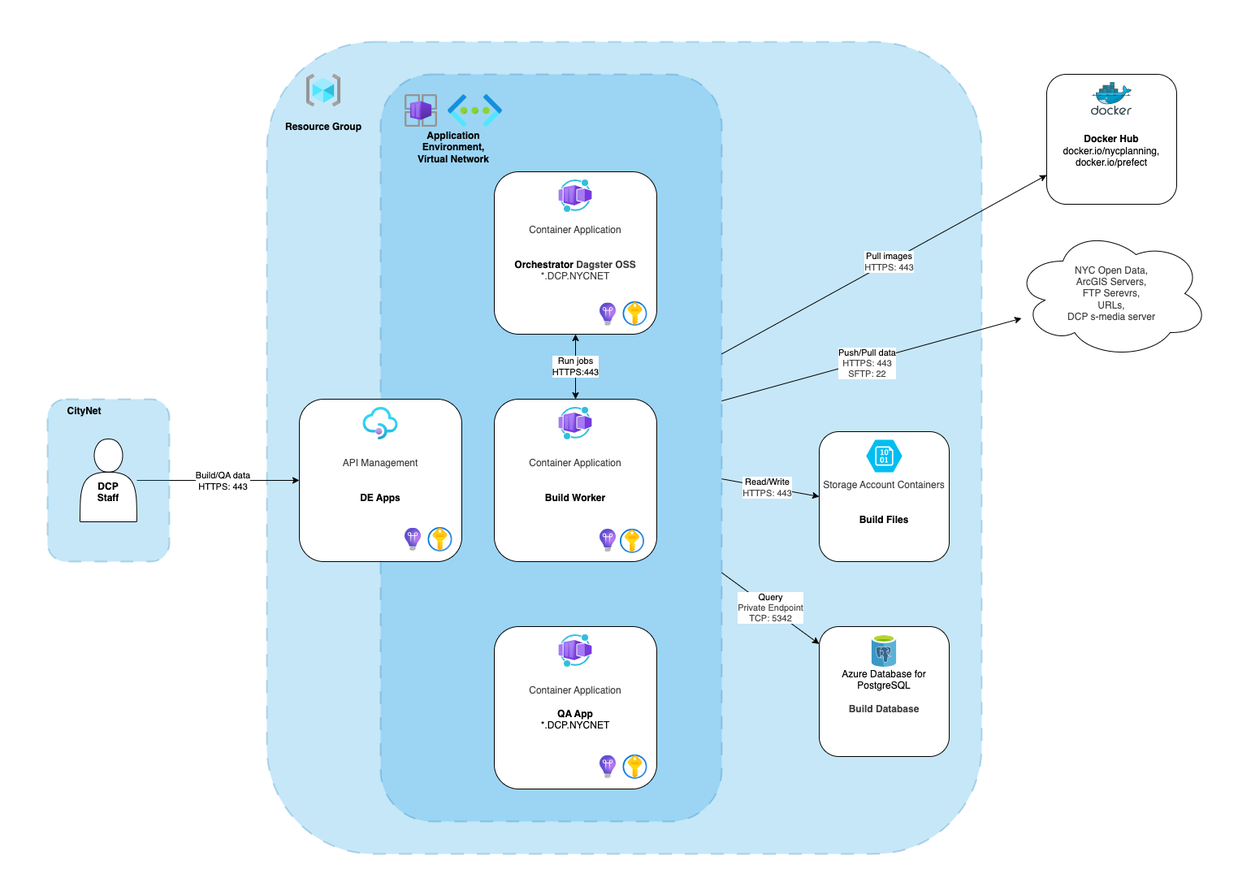
Before: docs/diagrams/azure_architecture_oti.drawio.png, a diagram exported from draw.io (NYCPlanning/data-engineering). Source tidied: cells renumbered, new cells last; positions are measured from the earlier drawing's top-left corner, leaving out a move shared by most shapes.
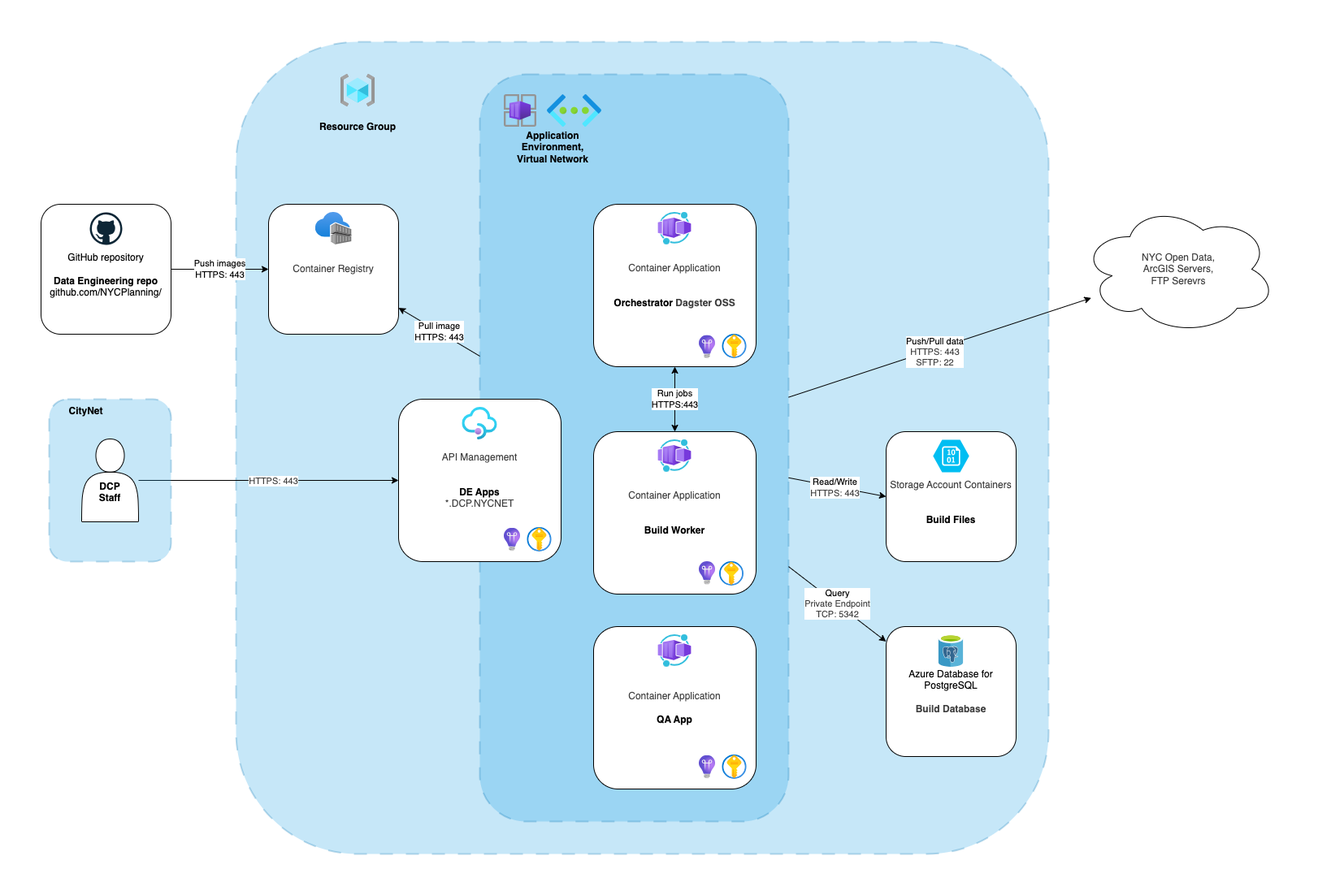
After the change.

Commit message:
update azure diagram

The edit, as a diff of the source:
```diff
@@ -3,17 +3,14 @@
     <mxCell id="0" />
     <mxCell id="1" parent="0" />
     <mxCell id="2" style="rounded=1;whiteSpace=wrap;html=1;dashed=1;glass=0;strokeWidth=2;dashPattern=8 8;fillColor=#1ba1e2;fillStyle=solid;opacity=25;fontColor=light-dark(#000000,#FFFFFF);strokeColor=#006EAF;" parent="1" vertex="1">
-      <mxGeometry x="278" width="880" height="1000" as="geometry" />
+      <mxGeometry x="158" width="1000" height="1000" as="geometry" />
     </mxCell>
     <mxCell id="3" style="rounded=1;whiteSpace=wrap;html=1;dashed=1;glass=0;strokeWidth=2;dashPattern=8 8;fillColor=#1ba1e2;fillStyle=solid;opacity=25;fontColor=light-dark(#000000,#FFFFFF);strokeColor=#006EAF;" parent="1" vertex="1">
-      <mxGeometry x="418" y="40" width="420" height="920" as="geometry" />
+      <mxGeometry x="458" y="40" width="380" height="920" as="geometry" />
     </mxCell>
     <mxCell id="4" value="Application Environment,&lt;div&gt;Virtual Network&lt;/div&gt;" style="text;html=1;align=center;verticalAlign=middle;whiteSpace=wrap;rounded=0;fontColor=light-dark(#000000,#FFFFFF);fontStyle=1;" parent="1" vertex="1">
-      <mxGeometry x="448" y="115" width="120" height="30" as="geometry" />
+      <mxGeometry x="488" y="115" width="120" height="30" as="geometry" />
     </mxCell>
-    <mxCell id="5" value="Pull images&lt;div&gt;&lt;span style=&quot;color: rgb(63, 63, 63);&quot;&gt;HTTPS: 443&lt;/span&gt;&lt;/div&gt;" style="edgeStyle=none;html=1;fontColor=light-dark(#000000,#FFFFFF);align=center;" parent="1" edge="1" source="3" target="47">
-      <mxGeometry x="0.03" relative="1" as="geometry" />
-    </mxCell>
     <mxCell id="6" value="&lt;div&gt;&lt;font style=&quot;color: light-dark(rgb(0, 0, 0), rgb(255, 255, 255));&quot;&gt;Run jobs&lt;/font&gt;&lt;/div&gt;&lt;div&gt;&lt;font style=&quot;color: light-dark(rgb(0, 0, 0), rgb(255, 255, 255));&quot;&gt;HTTPS:443&lt;/font&gt;&lt;/div&gt;" style="edgeStyle=none;html=1;startArrow=classic;startFill=1;fontColor=light-dark(#000000,#FFFFFF);" parent="1" edge="1" source="21" target="26">
       <mxGeometry relative="1" as="geometry" />
     </mxCell>
@@ -34,21 +31,21 @@
     <mxCell id="11" style="edgeStyle=none;html=1;startArrow=none;startFill=0;" parent="1" edge="1" source="37" target="31">
       <mxGeometry relative="1" as="geometry" />
     </mxCell>
-    <mxCell id="12" value="&lt;div&gt;&lt;span style=&quot;background-color: light-dark(#ffffff, var(--ge-dark-color, #121212));&quot;&gt;Build/QA data&lt;/span&gt;&lt;/div&gt;&lt;div&gt;&lt;span style=&quot;background-color: light-dark(#ffffff, var(--ge-dark-color, #121212));&quot;&gt;HTTPS: 443&lt;/span&gt;&lt;/div&gt;" style="edgeLabel;html=1;align=center;verticalAlign=middle;" parent="11" vertex="1">
+    <mxCell id="12" value="&lt;div&gt;&lt;span style=&quot;background-color: light-dark(#ffffff, var(--ge-dark-color, #121212)); color: rgb(63, 63, 63);&quot;&gt;HTTPS: 443&lt;/span&gt;&lt;/div&gt;" style="edgeLabel;html=1;align=center;verticalAlign=middle;" parent="11" vertex="1">
       <mxGeometry relative="1" as="geometry">
         <mxPoint x="5" as="offset" />
       </mxGeometry>
     </mxCell>
-    <mxCell id="13" value="&lt;div style=&quot;color: rgb(63, 63, 63); scrollbar-color: rgb(226, 226, 226) rgb(251, 251, 251);&quot;&gt;NYC Open Data,&lt;br style=&quot;color: rgb(63, 63, 63); scrollbar-color: rgb(226, 226, 226) rgb(251, 251, 251);&quot;&gt;ArcGIS Servers,&lt;/div&gt;&lt;div style=&quot;color: rgb(63, 63, 63); scrollbar-color: rgb(226, 226, 226) rgb(251, 251, 251);&quot;&gt;FTP Serevrs,&lt;br style=&quot;color: rgb(63, 63, 63); scrollbar-color: rgb(226, 226, 226) rgb(251, 251, 251);&quot;&gt;&lt;span style=&quot;scrollbar-color: rgb(226, 226, 226) rgb(251, 251, 251); background-color: transparent; color: rgb(63, 63, 63);&quot;&gt;URLs,&lt;/span&gt;&lt;/div&gt;&lt;div style=&quot;color: rgb(63, 63, 63); scrollbar-color: rgb(226, 226, 226) rgb(251, 251, 251);&quot;&gt;&lt;span style=&quot;scrollbar-color: rgb(226, 226, 226) rgb(251, 251, 251); background-color: transparent; color: rgb(63, 63, 63);&quot;&gt;DCP s-media server&lt;/span&gt;&lt;/div&gt;" style="ellipse;shape=cloud;whiteSpace=wrap;html=1;fontColor=light-dark(#000000,#FFFFFF);" parent="1" vertex="1">
-      <mxGeometry x="1198" y="230" width="240" height="160" as="geometry" />
+    <mxCell id="13" value="&lt;div style=&quot;color: rgb(63, 63, 63); scrollbar-color: rgb(226, 226, 226) rgb(251, 251, 251);&quot;&gt;NYC Open Data,&lt;br style=&quot;color: rgb(63, 63, 63); scrollbar-color: rgb(226, 226, 226) rgb(251, 251, 251);&quot;&gt;ArcGIS Servers,&lt;/div&gt;&lt;div style=&quot;color: rgb(63, 63, 63); scrollbar-color: rgb(226, 226, 226) rgb(251, 251, 251);&quot;&gt;FTP Serevrs&lt;/div&gt;" style="ellipse;shape=cloud;whiteSpace=wrap;html=1;fontColor=light-dark(#000000,#FFFFFF);" parent="1" vertex="1">
+      <mxGeometry x="1198" y="200" width="240" height="160" as="geometry" />
     </mxCell>
     <mxCell id="14" value="Resource Group" style="text;html=1;align=center;verticalAlign=middle;whiteSpace=wrap;rounded=0;fontColor=light-dark(#000000,#FFFFFF);fontStyle=1;" parent="1" vertex="1">
-      <mxGeometry x="288" y="90" width="120" height="30" as="geometry" />
+      <mxGeometry x="248" y="90" width="120" height="30" as="geometry" />
     </mxCell>
     <mxCell id="15" style="group;" parent="1" vertex="1">
-      <mxGeometry x="558" y="720" width="200" height="200" as="geometry" />
+      <mxGeometry x="598" y="720" width="200" height="200" as="geometry" />
     </mxCell>
-    <mxCell id="16" value="&lt;div&gt;&lt;span style=&quot;color: rgb(63, 63, 63);&quot;&gt;Container Application&lt;/span&gt;&lt;b&gt;&lt;/b&gt;&lt;/div&gt;&lt;b&gt;&lt;div&gt;&lt;b&gt;&lt;br&gt;&lt;/b&gt;&lt;/div&gt;QA App&lt;/b&gt;&lt;div&gt;*.DCP.NYCNET&lt;/div&gt;" style="whiteSpace=wrap;html=1;rounded=1;fontColor=light-dark(#000000,#FFFFFF);" parent="15" vertex="1">
+    <mxCell id="16" value="&lt;div&gt;&lt;span style=&quot;color: rgb(63, 63, 63);&quot;&gt;Container Application&lt;/span&gt;&lt;b&gt;&lt;/b&gt;&lt;/div&gt;&lt;b&gt;&lt;div&gt;&lt;b&gt;&lt;br&gt;&lt;/b&gt;&lt;/div&gt;QA App&lt;/b&gt;" style="whiteSpace=wrap;html=1;rounded=1;fontColor=light-dark(#000000,#FFFFFF);" parent="15" vertex="1">
       <mxGeometry width="200" height="200" as="geometry" />
     </mxCell>
     <mxCell id="17" style="image;html=1;align=center;fontSize=12;image=img/lib/azure2/security/Key_Vaults.svg;" parent="15" vertex="1">
@@ -61,9 +58,9 @@
       <mxGeometry x="79.4" y="10" width="41.2" height="40" as="geometry" />
     </mxCell>
     <mxCell id="20" style="group;" parent="1" vertex="1">
-      <mxGeometry x="558" y="160" width="200" height="200" as="geometry" />
+      <mxGeometry x="598" y="200" width="200" height="200" as="geometry" />
     </mxCell>
-    <mxCell id="21" value="&lt;div&gt;&lt;span style=&quot;color: rgb(63, 63, 63);&quot;&gt;Container Application&lt;/span&gt;&lt;b&gt;&lt;/b&gt;&lt;/div&gt;&lt;div&gt;&lt;b&gt;&lt;br&gt;&lt;/b&gt;&lt;/div&gt;&lt;b&gt;&lt;div&gt;&lt;b&gt;&lt;br&gt;&lt;/b&gt;&lt;/div&gt;Orchestrator&amp;nbsp;&lt;span style=&quot;color: rgb(63, 63, 63);&quot;&gt;Dagster OSS&lt;/span&gt;&lt;/b&gt;&lt;div&gt;&lt;span style=&quot;color: rgb(63, 63, 63);&quot;&gt;*.DCP.NYCNET&lt;/span&gt;&lt;/div&gt;" style="whiteSpace=wrap;html=1;rounded=1;fontColor=light-dark(#000000,#FFFFFF);" parent="20" vertex="1">
+    <mxCell id="21" value="&lt;div&gt;&lt;span style=&quot;color: rgb(63, 63, 63);&quot;&gt;Container Application&lt;/span&gt;&lt;b&gt;&lt;/b&gt;&lt;/div&gt;&lt;div&gt;&lt;b&gt;&lt;br&gt;&lt;/b&gt;&lt;/div&gt;&lt;b&gt;&lt;div&gt;&lt;b&gt;&lt;br&gt;&lt;/b&gt;&lt;/div&gt;Orchestrator&amp;nbsp;&lt;span style=&quot;color: rgb(63, 63, 63);&quot;&gt;Dagster OSS&lt;/span&gt;&lt;/b&gt;" style="whiteSpace=wrap;html=1;rounded=1;fontColor=light-dark(#000000,#FFFFFF);" parent="20" vertex="1">
       <mxGeometry width="200" height="200" as="geometry" />
     </mxCell>
     <mxCell id="22" style="image;html=1;align=center;fontSize=12;image=img/lib/azure2/security/Key_Vaults.svg;" parent="20" vertex="1">
@@ -76,7 +73,7 @@
       <mxGeometry x="79.4" y="10" width="41.2" height="40" as="geometry" />
     </mxCell>
     <mxCell id="25" style="group;" parent="1" vertex="1">
-      <mxGeometry x="558" y="440" width="200" height="200" as="geometry" />
+      <mxGeometry x="598" y="480" width="200" height="200" as="geometry" />
     </mxCell>
     <mxCell id="26" value="&lt;div&gt;&lt;span style=&quot;color: rgb(63, 63, 63);&quot;&gt;Container Application&lt;/span&gt;&lt;b&gt;&lt;/b&gt;&lt;/div&gt;&lt;b&gt;&lt;div&gt;&lt;b&gt;&lt;br&gt;&lt;/b&gt;&lt;/div&gt;&lt;div&gt;&lt;b&gt;&lt;br&gt;&lt;/b&gt;&lt;/div&gt;Build Worker&lt;/b&gt;" style="whiteSpace=wrap;html=1;rounded=1;fontColor=light-dark(#000000,#FFFFFF);" parent="25" vertex="1">
       <mxGeometry width="200" height="200" as="geometry" />
@@ -91,9 +88,9 @@
       <mxGeometry x="79.4" y="10" width="41.2" height="40" as="geometry" />
     </mxCell>
     <mxCell id="30" style="group;" parent="1" vertex="1">
-      <mxGeometry x="318" y="440" width="200" height="200" as="geometry" />
+      <mxGeometry x="358" y="440" width="200" height="200" as="geometry" />
     </mxCell>
-    <mxCell id="31" value="&lt;div&gt;&lt;span style=&quot;color: rgb(63, 63, 63);&quot;&gt;API Management&lt;/span&gt;&lt;b&gt;&lt;/b&gt;&lt;/div&gt;&lt;b&gt;&lt;div&gt;&lt;b&gt;&lt;br&gt;&lt;/b&gt;&lt;/div&gt;&lt;div&gt;&lt;br&gt;&lt;/div&gt;DE Apps&lt;/b&gt;" style="whiteSpace=wrap;html=1;rounded=1;fontColor=light-dark(#000000,#FFFFFF);" parent="30" vertex="1">
+    <mxCell id="31" value="&lt;div&gt;&lt;span style=&quot;color: rgb(63, 63, 63);&quot;&gt;API Management&lt;/span&gt;&lt;b&gt;&lt;/b&gt;&lt;/div&gt;&lt;b&gt;&lt;div&gt;&lt;b&gt;&lt;br&gt;&lt;/b&gt;&lt;/div&gt;&lt;div&gt;&lt;br&gt;&lt;/div&gt;DE Apps&lt;/b&gt;&lt;div&gt;&lt;span style=&quot;color: rgb(63, 63, 63);&quot;&gt;*.DCP.NYCNET&lt;/span&gt;&lt;b&gt;&lt;/b&gt;&lt;/div&gt;" style="whiteSpace=wrap;html=1;rounded=1;fontColor=light-dark(#000000,#FFFFFF);" parent="30" vertex="1">
       <mxGeometry width="200" height="200" as="geometry" />
     </mxCell>
     <mxCell id="32" style="image;html=1;align=center;fontSize=12;image=img/lib/azure2/security/Key_Vaults.svg;" parent="30" vertex="1">
@@ -106,19 +103,19 @@
       <mxGeometry x="78.3" y="10" width="43.3" height="40" as="geometry" />
     </mxCell>
     <mxCell id="35" style="rounded=1;whiteSpace=wrap;html=1;dashed=1;glass=0;strokeWidth=2;dashPattern=8 8;fillColor=#1ba1e2;fillStyle=solid;opacity=25;fontColor=light-dark(#000000,#FFFFFF);strokeColor=#006EAF;" parent="1" vertex="1">
-      <mxGeometry x="8" y="440" width="150" height="200" as="geometry" />
+      <mxGeometry x="-72" y="440" width="150" height="200" as="geometry" />
     </mxCell>
     <mxCell id="36" value="CityNet" style="text;html=1;align=center;verticalAlign=middle;whiteSpace=wrap;rounded=0;fontColor=light-dark(#000000,#FFFFFF);fontStyle=1;" parent="1" vertex="1">
-      <mxGeometry x="-0.5" y="440" width="107" height="30" as="geometry" />
+      <mxGeometry x="-80.5" y="440" width="107" height="30" as="geometry" />
     </mxCell>
     <mxCell id="37" value="&lt;b&gt;&lt;br&gt;&lt;/b&gt;&lt;div&gt;&lt;b&gt;&lt;br&gt;&lt;/b&gt;&lt;/div&gt;&lt;div&gt;&lt;b&gt;DCP&lt;/b&gt;&lt;/div&gt;&lt;div&gt;&lt;b&gt;Staff&lt;/b&gt;&lt;/div&gt;" style="shape=actor;whiteSpace=wrap;html=1;fontColor=light-dark(#000000,#FFFFFF);" parent="1" vertex="1">
-      <mxGeometry x="48" y="489" width="70" height="102" as="geometry" />
+      <mxGeometry x="-32" y="489" width="70" height="102" as="geometry" />
     </mxCell>
     <mxCell id="38" style="image;html=1;align=center;fontSize=12;image=img/lib/azure2/networking/Virtual_Networks.svg;" parent="1" vertex="1">
-      <mxGeometry x="501" y="65" width="67" height="40" as="geometry" />
+      <mxGeometry x="541" y="65" width="67" height="40" as="geometry" />
     </mxCell>
     <mxCell id="39" style="image;html=1;align=center;fontSize=12;image=img/lib/azure2/general/Resource_Groups.svg;" parent="1" vertex="1">
-      <mxGeometry x="326.8" y="40" width="42.5" height="40" as="geometry" />
+      <mxGeometry x="286.8" y="40" width="42.5" height="40" as="geometry" />
     </mxCell>
     <mxCell id="40" style="group;" parent="1" vertex="1">
       <mxGeometry x="958" y="720" width="160" height="160" as="geometry" />
@@ -138,17 +135,32 @@
     <mxCell id="45" style="verticalLabelPosition=bottom;html=1;verticalAlign=top;align=center;strokeColor=none;fillColor=#00BEF2;shape=mxgraph.azure.storage_blob;" parent="43" vertex="1">
       <mxGeometry x="57.8" y="10" width="44.4" height="40" as="geometry" />
     </mxCell>
-    <mxCell id="46" style="group;" parent="1" vertex="1">
-      <mxGeometry x="1238" y="40" width="160" height="160" as="geometry" />
-    </mxCell>
-    <mxCell id="47" value="&lt;div&gt;&lt;b&gt;&lt;br&gt;&lt;/b&gt;&lt;/div&gt;&lt;b&gt;&lt;div&gt;&lt;b&gt;&lt;br&gt;&lt;/b&gt;&lt;/div&gt;Docker Hub&lt;/b&gt;&lt;div&gt;docker.io/nycplanning,&lt;/div&gt;&lt;div&gt;&lt;span style=&quot;background-color: transparent;&quot;&gt;docker.io/prefect&lt;/span&gt;&lt;/div&gt;" style="whiteSpace=wrap;html=1;rounded=1;fontColor=light-dark(#000000,#FFFFFF);" parent="46" vertex="1">
-      <mxGeometry width="160" height="160" as="geometry" />
-    </mxCell>
-    <mxCell id="48" style="image;sketch=0;html=1;align=center;fontSize=12;image=img/lib/mscae/Docker.svg;" parent="46" vertex="1">
-      <mxGeometry x="55" y="9.5" width="50" height="41" as="geometry" />
-    </mxCell>
     <mxCell id="49" style="image;html=1;align=center;fontSize=12;image=img/lib/azure2/other/Container_App_Environments.svg;" parent="1" vertex="1">
-      <mxGeometry x="448" y="65" width="40" height="40" as="geometry" />
+      <mxGeometry x="488" y="65" width="40" height="40" as="geometry" />
     </mxCell>
+    <mxCell id="50" style="group;" parent="1" vertex="1">
+      <mxGeometry x="-82" y="200" width="160" height="160" as="geometry" />
+    </mxCell>
+    <mxCell id="51" value="&lt;div&gt;&lt;b&gt;&lt;br&gt;&lt;/b&gt;&lt;/div&gt;&lt;div&gt;GitHub repository&lt;/div&gt;&lt;b&gt;&lt;div&gt;&lt;b&gt;&lt;br&gt;&lt;/b&gt;&lt;/div&gt;Data Engineering repo&lt;/b&gt;&lt;div&gt;github.com/NYCPlanning/&lt;/div&gt;" style="whiteSpace=wrap;html=1;rounded=1;fontColor=light-dark(#000000,#FFFFFF);" parent="50" vertex="1">
+      <mxGeometry width="160" height="160" as="geometry" />
+    </mxCell>
+    <mxCell id="52" style="dashed=0;html=1;align=center;labelPosition=center;verticalLabelPosition=bottom;verticalAlign=top;shape=mxgraph.weblogos.github;" parent="50" vertex="1">
+      <mxGeometry x="60" y="10" width="40" height="40" as="geometry" />
+    </mxCell>
+    <mxCell id="53" style="group;" parent="1" vertex="1">
+      <mxGeometry x="198" y="200" width="160" height="160" as="geometry" />
+    </mxCell>
+    <mxCell id="54" value="&lt;div&gt;&lt;span style=&quot;color: rgb(63, 63, 63);&quot;&gt;&lt;br&gt;&lt;/span&gt;&lt;/div&gt;&lt;div&gt;&lt;span style=&quot;color: rgb(63, 63, 63);&quot;&gt;Container Registry&lt;/span&gt;&lt;b&gt;&lt;/b&gt;&lt;/div&gt;&lt;div&gt;&lt;br&gt;&lt;/div&gt;" style="whiteSpace=wrap;html=1;rounded=1;fontColor=light-dark(#000000,#FFFFFF);" parent="53" vertex="1">
+      <mxGeometry width="160" height="160" as="geometry" />
+    </mxCell>
+    <mxCell id="55" style="image;html=1;align=center;fontSize=12;image=img/lib/azure2/containers/Container_Registries.svg;" parent="53" vertex="1">
+      <mxGeometry x="57.7" y="10" width="44.6" height="40" as="geometry" />
+    </mxCell>
+    <mxCell id="56" value="Pull image&lt;div&gt;HTTPS: 443&lt;/div&gt;" style="edgeStyle=none;html=1;startArrow=classic;startFill=1;endArrow=none;endFill=0;" parent="1" edge="1" source="54" target="3">
+      <mxGeometry relative="1" as="geometry" />
+    </mxCell>
+    <mxCell id="57" value="Push images&lt;div&gt;HTTPS: 443&lt;/div&gt;" style="edgeStyle=none;html=1;" parent="1" edge="1" source="51" target="54">
+      <mxGeometry relative="1" as="geometry" />
+    </mxCell>
   </root>
 </mxGraphModel>
```
